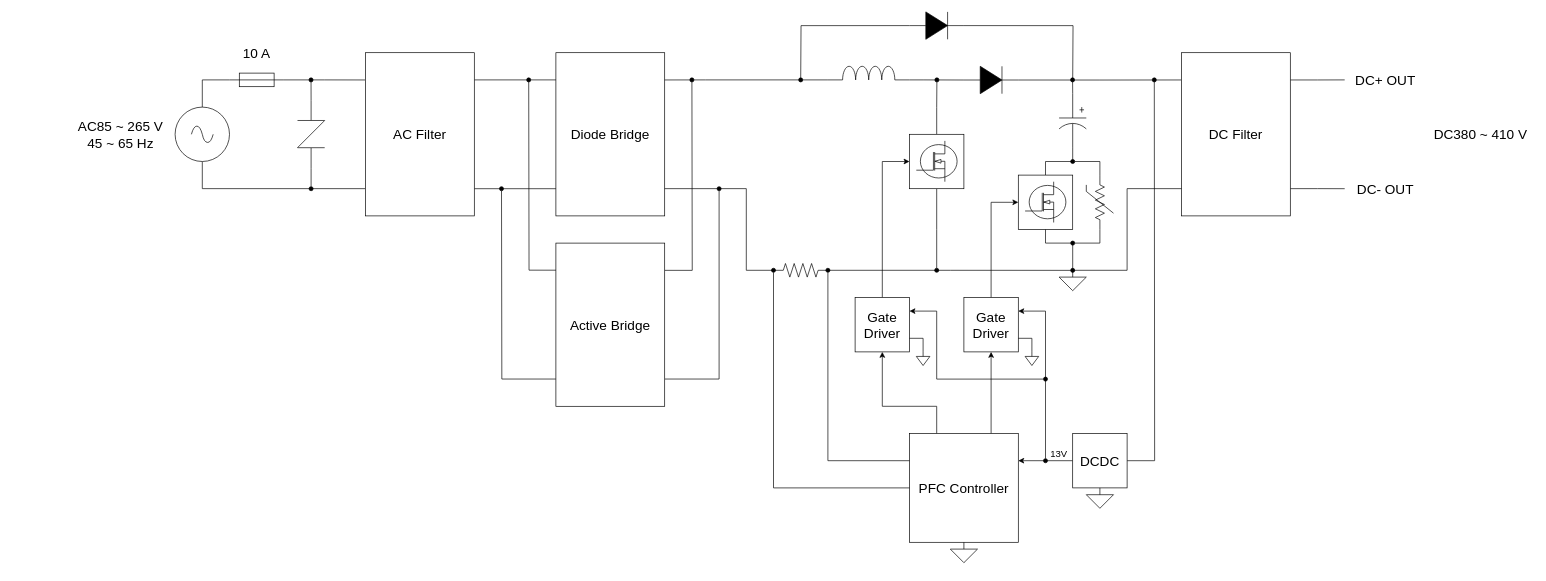
Earlier version of the draw.io diagram designdocs/main-board-bd.drawio (ST04-tkmr/FET-PCB-ac-dc). Source tidied: cells renumbered, new cells numbered last; positions are measured from the earlier drawing's top-left corner, leaving out a move shared by most shapes. Both pictures are drawn from the tidied source at 68%, with x=0, y=0 at pixel (66, 12).
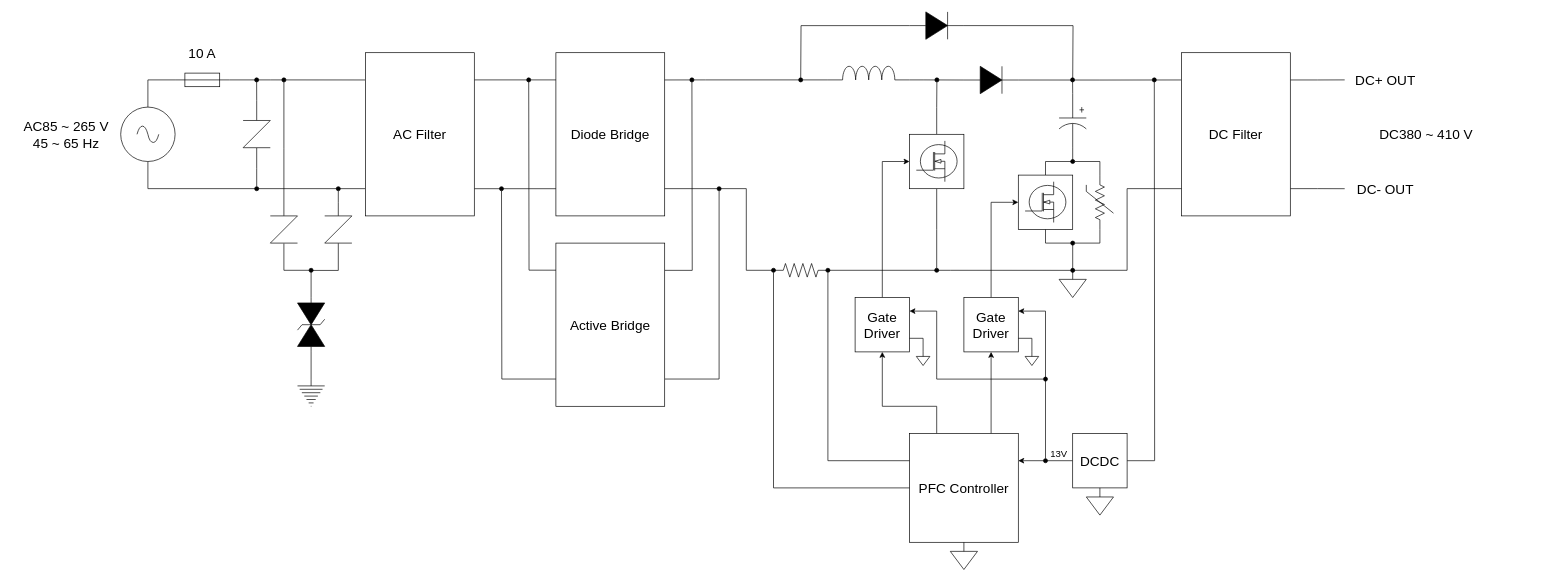
The same diagram, later.

Commit message:
add input protection

The change refers to these unchanged cells:
```xml
<mxCell id="9" value="AC Filter" style="rounded=0;whiteSpace=wrap;html=1;fontSize=20;" parent="1" vertex="1">
  <mxGeometry x="440" y="60" width="160" height="240" as="geometry" />
</mxCell>
```

The edit, as a diff of the source:
```diff
@@
     <mxCell id="3" style="edgeStyle=orthogonalEdgeStyle;shape=connector;rounded=0;jettySize=auto;html=1;exitX=1;exitY=0.5;exitDx=0;exitDy=0;exitPerimeter=0;strokeColor=default;align=center;verticalAlign=middle;fontFamily=Helvetica;fontSize=11;fontColor=default;labelBackgroundColor=default;endArrow=none;endFill=0;entryX=-0.004;entryY=0.167;entryDx=0;entryDy=0;entryPerimeter=0;" parent="1" edge="1" source="4" target="9">
       <mxGeometry relative="1" as="geometry">
         <Array as="points">
-          <mxPoint x="380" y="100" />
-          <mxPoint x="380" y="100" />
+          <mxPoint x="300" y="100" />
+          <mxPoint x="300" y="100" />
         </Array>
       </mxGeometry>
     </mxCell>
     <mxCell id="4" style="verticalLabelPosition=bottom;shadow=0;dashed=0;align=center;html=1;verticalAlign=top;shape=mxgraph.electrical.miscellaneous.fuse_2;" parent="1" vertex="1">
-      <mxGeometry x="240" y="90" width="80" height="20" as="geometry" />
+      <mxGeometry x="160" y="90" width="80" height="20" as="geometry" />
     </mxCell>
     <mxCell id="5" style="edgeStyle=orthogonalEdgeStyle;shape=connector;rounded=0;jettySize=auto;html=1;exitX=0.5;exitY=1;exitDx=0;exitDy=0;exitPerimeter=0;strokeColor=default;align=center;verticalAlign=middle;fontFamily=Helvetica;fontSize=11;fontColor=default;labelBackgroundColor=default;endArrow=none;endFill=0;entryX=-0.003;entryY=0.833;entryDx=0;entryDy=0;entryPerimeter=0;" parent="1" edge="1" source="6" target="9">
       <mxGeometry relative="1" as="geometry">
         <Array as="points">
-          <mxPoint x="200" y="260" />
+          <mxPoint x="120" y="260" />
         </Array>
       </mxGeometry>
     </mxCell>
     <mxCell id="6" style="verticalLabelPosition=bottom;shadow=0;dashed=0;align=center;html=1;verticalAlign=top;shape=mxgraph.electrical.signal_sources.source;points=[[0.5,0,0],[1,0.5,0],[0.5,1,0],[0,0.5,0]];elSignalType=ac;" parent="1" vertex="1">
-      <mxGeometry x="160" y="140" width="80" height="80" as="geometry" />
+      <mxGeometry x="80" y="140" width="80" height="80" as="geometry" />
     </mxCell>
@@
     <mxCell id="36" style="group;" parent="1" vertex="1">
-      <mxGeometry x="340" y="159.7" width="40" height="40.3" as="geometry" />
+      <mxGeometry x="260" y="159.7" width="40" height="40.3" as="geometry" />
     </mxCell>
@@
     <mxCell id="62" style="verticalLabelPosition=bottom;shadow=0;dashed=0;align=center;html=1;verticalAlign=top;shape=mxgraph.electrical.signal_sources.signal_ground;fontFamily=Helvetica;fontSize=11;fontColor=default;labelBackgroundColor=default;" parent="1" vertex="1">
-      <mxGeometry x="1460" y="380" width="40" height="30" as="geometry" />
+      <mxGeometry x="1460" y="380" width="40" height="40" as="geometry" />
     </mxCell>
     <mxCell id="63" style="verticalLabelPosition=bottom;shadow=0;dashed=0;align=center;html=1;verticalAlign=top;shape=mxgraph.electrical.signal_sources.signal_ground;fontFamily=Helvetica;fontSize=11;fontColor=default;labelBackgroundColor=default;" parent="1" vertex="1">
-      <mxGeometry x="1300" y="780" width="40" height="30" as="geometry" />
+      <mxGeometry x="1300" y="780" width="40" height="40" as="geometry" />
     </mxCell>
@@
     <mxCell id="70" style="verticalLabelPosition=bottom;shadow=0;dashed=0;align=center;html=1;verticalAlign=top;shape=mxgraph.electrical.signal_sources.signal_ground;fontFamily=Helvetica;fontSize=11;fontColor=default;labelBackgroundColor=default;" parent="1" vertex="1">
-      <mxGeometry x="1500" y="700" width="40" height="30" as="geometry" />
+      <mxGeometry x="1500" y="700" width="40" height="40" as="geometry" />
     </mxCell>
@@
     <mxCell id="75" value="AC85 ~ 265 V&lt;div&gt;45 ~ 65 Hz&lt;/div&gt;" style="text;html=1;align=center;verticalAlign=middle;whiteSpace=wrap;rounded=0;fontFamily=Helvetica;fontSize=20;fontColor=default;labelBackgroundColor=default;" parent="1" vertex="1">
-      <mxGeometry y="140" width="160" height="80" as="geometry" />
+      <mxGeometry x="-80" y="140" width="160" height="80" as="geometry" />
     </mxCell>
     <mxCell id="76" value="DC380 ~ 410 V" style="text;html=1;align=center;verticalAlign=middle;whiteSpace=wrap;rounded=0;fontFamily=Helvetica;fontSize=20;fontColor=default;labelBackgroundColor=default;" parent="1" vertex="1">
-      <mxGeometry x="2000" y="160" width="160" height="40" as="geometry" />
+      <mxGeometry x="1920" y="160" width="160" height="40" as="geometry" />
     </mxCell>
     <mxCell id="77" value="10 A" style="text;html=1;align=center;verticalAlign=middle;whiteSpace=wrap;rounded=0;fontFamily=Helvetica;fontSize=20;fontColor=default;labelBackgroundColor=default;" parent="1" vertex="1">
-      <mxGeometry x="200" y="40" width="160" height="40" as="geometry" />
+      <mxGeometry x="120" y="40" width="160" height="40" as="geometry" />
     </mxCell>
+    <mxCell id="78" style="group;" parent="1" vertex="1">
+      <mxGeometry x="300" y="300" width="40" height="40.3" as="geometry" />
+    </mxCell>
+    <mxCell id="79" style="edgeStyle=orthogonalEdgeStyle;shape=connector;rounded=0;jettySize=auto;html=1;exitX=0.5;exitY=0;exitDx=0;exitDy=0;strokeColor=default;align=center;verticalAlign=middle;fontFamily=Helvetica;fontSize=11;fontColor=default;labelBackgroundColor=default;endArrow=oval;endFill=1;" parent="78" edge="1" source="81">
+      <mxGeometry relative="1" as="geometry">
+        <mxPoint x="20" y="-200" as="targetPoint" />
+      </mxGeometry>
+    </mxCell>
+    <mxCell id="80" style="edgeStyle=orthogonalEdgeStyle;shape=connector;rounded=0;jettySize=auto;html=1;strokeColor=default;align=center;verticalAlign=middle;fontFamily=Helvetica;fontSize=11;fontColor=default;labelBackgroundColor=default;endArrow=oval;endFill=1;exitX=0.5;exitY=1;exitDx=0;exitDy=0;" parent="78" edge="1" source="81">
+      <mxGeometry relative="1" as="geometry">
+        <mxPoint x="60" y="80" as="targetPoint" />
+        <Array as="points">
+          <mxPoint x="20" y="80" />
+        </Array>
+      </mxGeometry>
+    </mxCell>
+    <mxCell id="81" style="rounded=0;whiteSpace=wrap;html=1;fontFamily=Helvetica;fontSize=11;fontColor=default;labelBackgroundColor=default;strokeWidth=1;strokeColor=none;" parent="78" vertex="1">
+      <mxGeometry width="40" height="40.3" as="geometry" />
+    </mxCell>
+    <mxCell id="82" style="group;" parent="78" vertex="1">
+      <mxGeometry width="40" height="40" as="geometry" />
+    </mxCell>
+    <mxCell id="83" style="endArrow=none;html=1;rounded=0;elbow=vertical;" parent="82" edge="1">
+      <mxGeometry relative="1" as="geometry">
+        <mxPoint x="40" as="sourcePoint" />
+        <mxPoint as="targetPoint" />
+      </mxGeometry>
+    </mxCell>
+    <mxCell id="84" style="endArrow=none;html=1;rounded=0;elbow=vertical;" parent="82" edge="1">
+      <mxGeometry relative="1" as="geometry">
+        <mxPoint x="40" as="sourcePoint" />
+        <mxPoint y="40" as="targetPoint" />
+      </mxGeometry>
+    </mxCell>
+    <mxCell id="85" style="endArrow=none;html=1;rounded=0;elbow=vertical;" parent="82" edge="1">
+      <mxGeometry relative="1" as="geometry">
+        <mxPoint x="40" y="40" as="sourcePoint" />
+        <mxPoint y="40" as="targetPoint" />
+      </mxGeometry>
+    </mxCell>
+    <mxCell id="86" style="group;" parent="1" vertex="1">
+      <mxGeometry x="380" y="300" width="40" height="40.3" as="geometry" />
+    </mxCell>
+    <mxCell id="87" style="edgeStyle=orthogonalEdgeStyle;shape=connector;rounded=0;jettySize=auto;html=1;exitX=0.5;exitY=0;exitDx=0;exitDy=0;strokeColor=default;align=center;verticalAlign=middle;fontFamily=Helvetica;fontSize=11;fontColor=default;labelBackgroundColor=default;endArrow=oval;endFill=1;" parent="86" edge="1" source="88">
+      <mxGeometry relative="1" as="geometry">
+        <mxPoint x="20" y="-40" as="targetPoint" />
+      </mxGeometry>
+    </mxCell>
+    <mxCell id="88" style="rounded=0;whiteSpace=wrap;html=1;fontFamily=Helvetica;fontSize=11;fontColor=default;labelBackgroundColor=default;strokeWidth=1;strokeColor=none;" parent="86" vertex="1">
+      <mxGeometry width="40" height="40.3" as="geometry" />
+    </mxCell>
+    <mxCell id="89" style="group;" parent="86" vertex="1">
+      <mxGeometry width="40" height="40" as="geometry" />
+    </mxCell>
+    <mxCell id="90" style="endArrow=none;html=1;rounded=0;elbow=vertical;" parent="89" edge="1">
+      <mxGeometry relative="1" as="geometry">
+        <mxPoint x="40" as="sourcePoint" />
+        <mxPoint as="targetPoint" />
+      </mxGeometry>
+    </mxCell>
+    <mxCell id="91" style="endArrow=none;html=1;rounded=0;elbow=vertical;" parent="89" edge="1">
+      <mxGeometry relative="1" as="geometry">
+        <mxPoint x="40" as="sourcePoint" />
+        <mxPoint y="40" as="targetPoint" />
+      </mxGeometry>
+    </mxCell>
+    <mxCell id="92" style="endArrow=none;html=1;rounded=0;elbow=vertical;" parent="89" edge="1">
+      <mxGeometry relative="1" as="geometry">
+        <mxPoint x="40" y="40" as="sourcePoint" />
+        <mxPoint y="40" as="targetPoint" />
+      </mxGeometry>
+    </mxCell>
+    <mxCell id="93" style="fillColor=strokeColor;verticalLabelPosition=bottom;shadow=0;dashed=0;align=center;html=1;verticalAlign=top;shape=mxgraph.electrical.diodes.transorb_2;rotation=-90;" parent="1" vertex="1">
+      <mxGeometry x="320" y="440" width="80" height="40" as="geometry" />
+    </mxCell>
+    <mxCell id="94" style="verticalLabelPosition=bottom;shadow=0;dashed=0;align=center;html=1;verticalAlign=top;shape=mxgraph.electrical.signal_sources.protective_earth;" parent="1" vertex="1">
+      <mxGeometry x="340" y="540" width="40" height="40" as="geometry" />
+    </mxCell>
+    <mxCell id="95" style="edgeStyle=orthogonalEdgeStyle;shape=connector;rounded=0;jettySize=auto;html=1;strokeColor=default;align=center;verticalAlign=middle;fontFamily=Helvetica;fontSize=11;fontColor=default;labelBackgroundColor=default;endArrow=none;endFill=0;entryX=1;entryY=0.5;entryDx=0;entryDy=0;entryPerimeter=0;" parent="1" edge="1" source="88" target="93">
+      <mxGeometry relative="1" as="geometry" />
+    </mxCell>
+    <mxCell id="96" style="edgeStyle=orthogonalEdgeStyle;rounded=0;jettySize=auto;html=1;exitX=0;exitY=0.5;exitDx=0;exitDy=0;exitPerimeter=0;entryX=0.5;entryY=0;entryDx=0;entryDy=0;entryPerimeter=0;endArrow=none;endFill=0;" parent="1" edge="1" source="93" target="94">
+      <mxGeometry relative="1" as="geometry" />
+    </mxCell>
```
